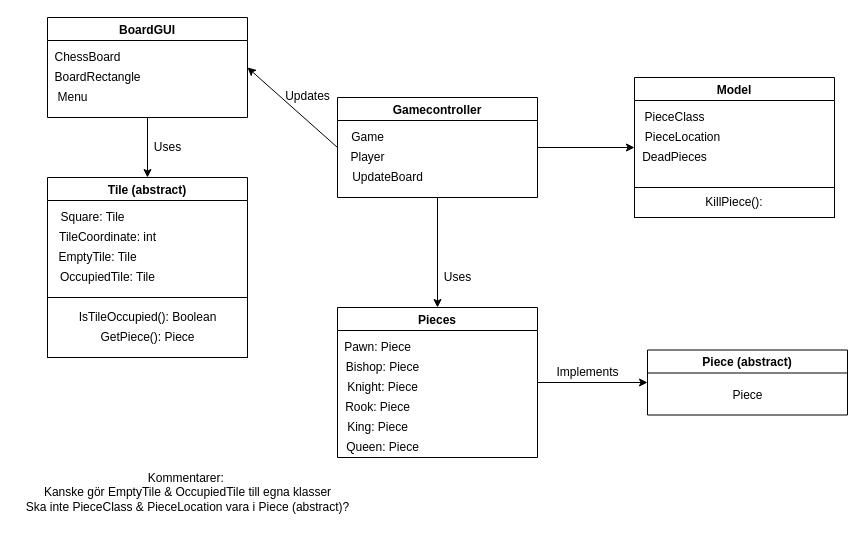
The draw.io diagram Prog2 Diagram, MVC - Ludvig Swala.drawio in ludde016/Slutprojekt, before the edit. Source tidied: cells renumbered, new cells numbered last; positions are measured from the earlier drawing's top-left corner, leaving out a move shared by most shapes. Both pictures are drawn from the tidied source at 100%, with x=0, y=0 at pixel (17, 17).
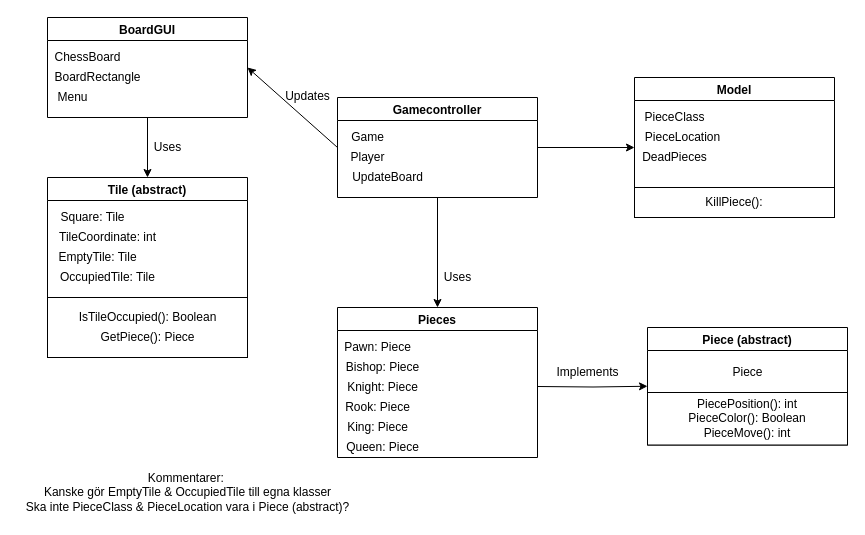
The same diagram, later.

Commit message:
Lade till lite fler metoder för piece

The change refers to these unchanged cells:
```xml
<mxCell id="20" value="Pieces" style="swimlane;" parent="1" vertex="1">
  <mxGeometry x="320" y="290" width="200" height="150" as="geometry" />
</mxCell>
```

The edit, as a diff of the source:
```diff
@@
-    <mxCell id="19" style="edgeStyle=orthogonalEdgeStyle;rounded=0;jettySize=auto;html=1;entryX=0;entryY=0.5;entryDx=0;entryDy=0;" parent="1" edge="1" source="20" target="27">
-      <mxGeometry relative="1" as="geometry" />
+    <mxCell id="19" style="edgeStyle=orthogonalEdgeStyle;rounded=0;jettySize=auto;html=1;entryX=0;entryY=0.5;entryDx=0;entryDy=0;" parent="1" edge="1" target="27">
+      <mxGeometry relative="1" as="geometry">
+        <mxPoint x="520" y="369" as="sourcePoint" />
+      </mxGeometry>
     </mxCell>
@@
     <mxCell id="27" value="Piece (abstract)" style="swimlane;" parent="1" vertex="1">
-      <mxGeometry x="630" y="332.5" width="200" height="65" as="geometry" />
+      <mxGeometry x="630" y="310" width="200" height="117.5" as="geometry" />
     </mxCell>
@@
+    <mxCell id="42" value="PiecePosition(): int&lt;br&gt;PieceColor(): Boolean&lt;br&gt;PieceMove(): int" style="rounded=0;whiteSpace=wrap;html=1;" parent="27" vertex="1">
+      <mxGeometry y="65" width="200" height="52.5" as="geometry" />
+    </mxCell>
```
